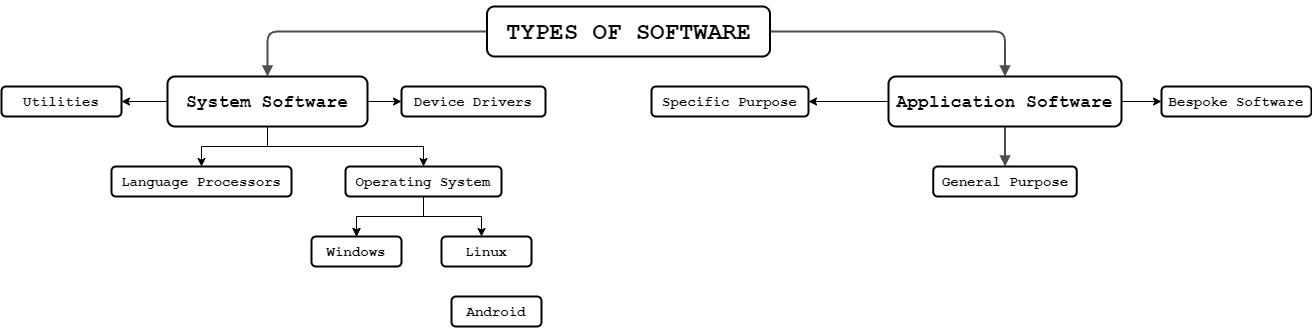
JXTK/app.diagrams.net keeps this draw.io diagram as CA_practical_asignment.png. Above is the earlier version. Source tidied: cells renumbered, new cells last; positions are measured from the earlier drawing's top-left corner, leaving out a move shared by most shapes.
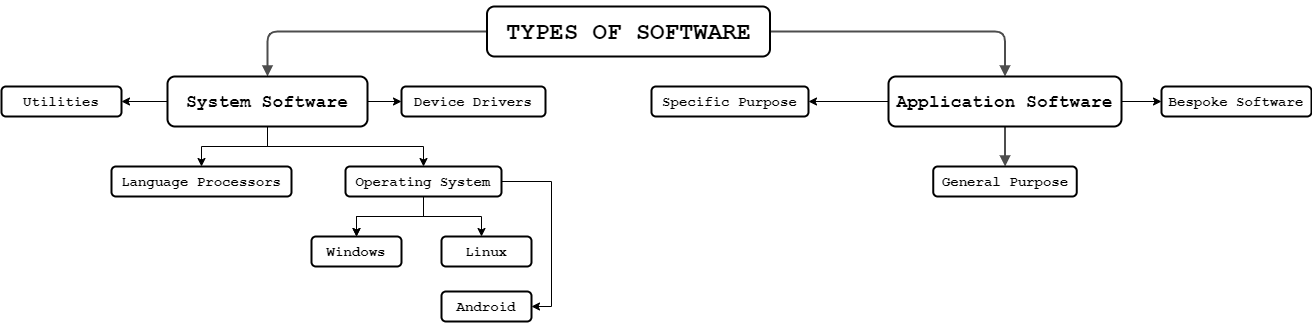
The same file after the commit.

What changed in the source:
```diff
@@ -61,6 +61,14 @@
         <mxPoint x="480" y="230" as="targetPoint" />
       </mxGeometry>
     </mxCell>
+    <mxCell id="27" style="edgeStyle=orthogonalEdgeStyle;rounded=0;jettySize=auto;html=1;entryX=1;entryY=0.5;entryDx=0;entryDy=0;" parent="1" edge="1" source="21" target="26">
+      <mxGeometry relative="1" as="geometry">
+        <Array as="points">
+          <mxPoint x="550" y="175" />
+          <mxPoint x="550" y="300" />
+        </Array>
+      </mxGeometry>
+    </mxCell>
     <mxCell id="21" value="&lt;h3&gt;&lt;font face=&quot;Courier New&quot;&gt;Operating System&lt;/font&gt;&lt;/h3&gt;" style="whiteSpace=wrap;html=1;rounded=1;shadow=0;comic=0;strokeWidth=2;fontFamily=Verdana;align=center;fontSize=12;fontStyle=1;" parent="1" vertex="1">
       <mxGeometry x="344" y="160" width="156" height="30" as="geometry" />
     </mxCell>
@@ -77,7 +85,7 @@
       <mxGeometry x="440" y="230" width="90" height="30" as="geometry" />
     </mxCell>
     <mxCell id="26" value="&lt;h3&gt;&lt;font face=&quot;Courier New&quot;&gt;Android&lt;/font&gt;&lt;/h3&gt;" style="whiteSpace=wrap;html=1;rounded=1;shadow=0;comic=0;strokeWidth=2;fontFamily=Verdana;align=center;fontSize=12;fontStyle=1;" parent="1" vertex="1">
-      <mxGeometry x="450" y="290" width="90" height="30" as="geometry" />
+      <mxGeometry x="440" y="285" width="90" height="30" as="geometry" />
     </mxCell>
   </root>
 </mxGraphModel>
```
